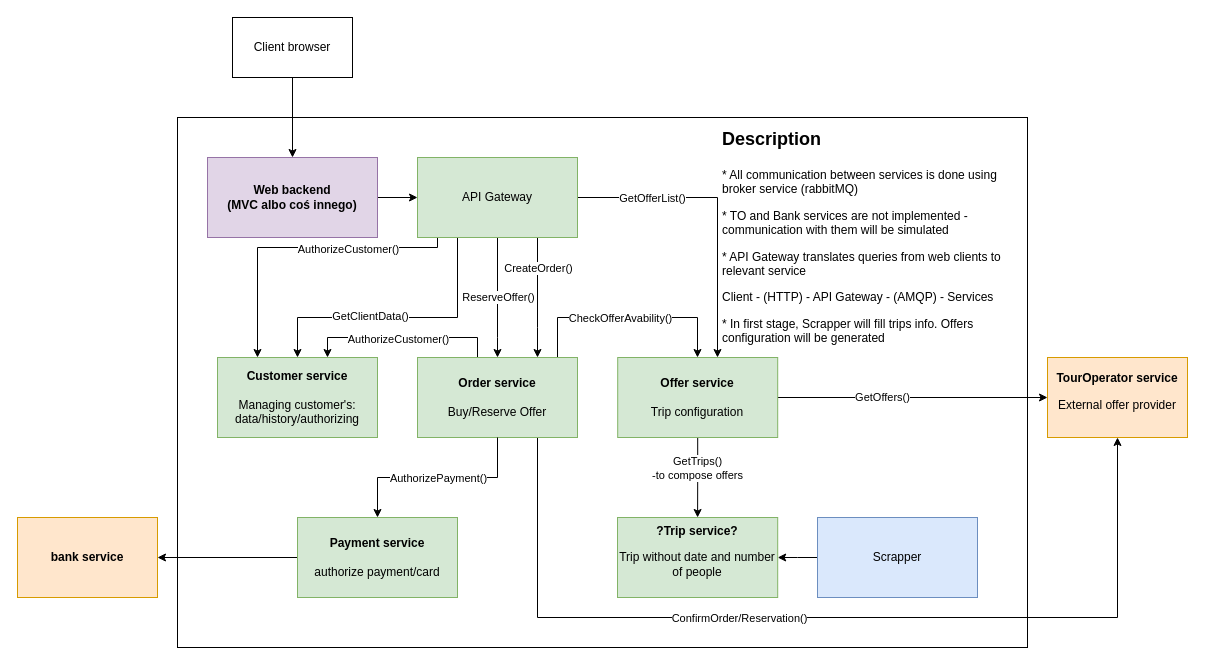
Earlier version of the draw.io diagram hipotap.drawio (webclinic017/hipotap). Source tidied: cells renumbered, new cells numbered last; positions are measured from the earlier drawing's top-left corner, leaving out a move shared by most shapes. Both pictures are drawn from the tidied source at 100%, with x=0, y=0 at pixel (17, 17).
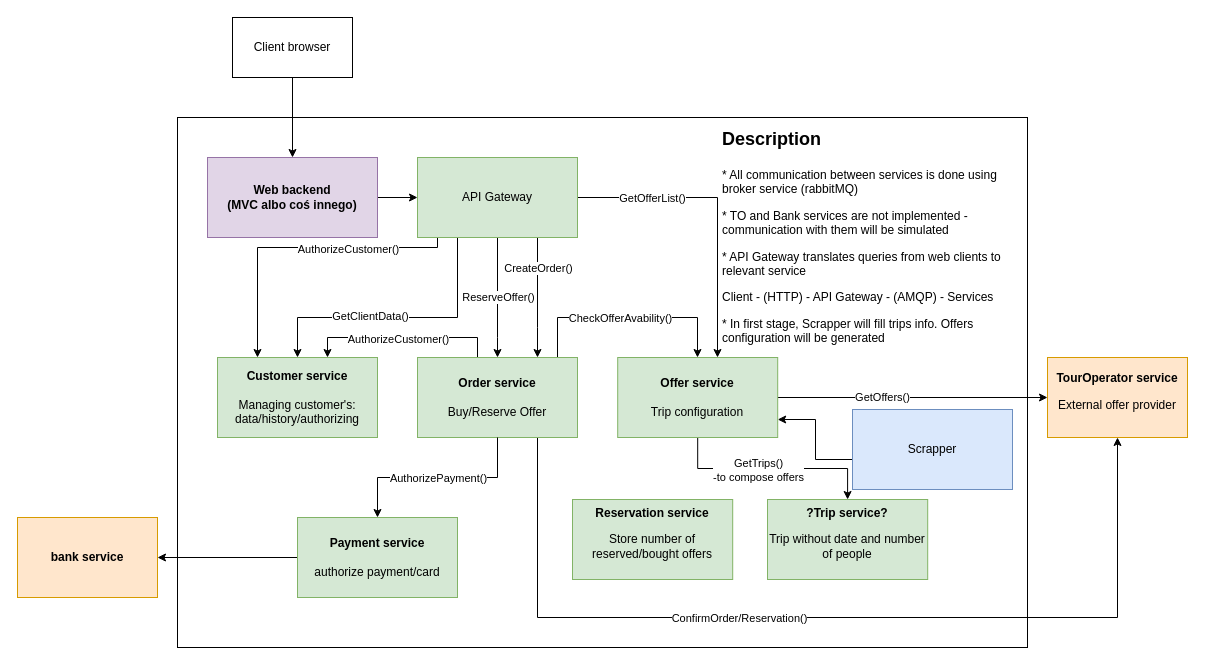
Above is the later version.

The change refers to these unchanged cells:
```xml
<mxCell id="37" style="edgeStyle=orthogonalEdgeStyle;rounded=0;jettySize=auto;html=1;" parent="1" edge="1" source="39" target="26">
  <mxGeometry relative="1" as="geometry" />
</mxCell>
<mxCell id="39" value="&lt;b&gt;Offer service&lt;/b&gt;&lt;br&gt;&lt;br&gt;Trip configuration" style="rounded=0;whiteSpace=wrap;html=1;fillColor=#d5e8d4;strokeColor=#82b366;" parent="1" vertex="1">
  <mxGeometry x="600.2" y="340" width="160" height="80" as="geometry" />
</mxCell>
```

Change to the diagram source:
```diff
@@
-    <mxCell id="17" style="edgeStyle=orthogonalEdgeStyle;rounded=0;jettySize=auto;html=1;" parent="1" edge="1" source="18" target="26">
-      <mxGeometry relative="1" as="geometry" />
+    <mxCell id="17" style="edgeStyle=orthogonalEdgeStyle;rounded=0;jettySize=auto;html=1;" parent="1" edge="1" source="18" target="39">
+      <mxGeometry relative="1" as="geometry">
+        <Array as="points">
+          <mxPoint x="798" y="442" />
+          <mxPoint x="798" y="402" />
+        </Array>
+      </mxGeometry>
     </mxCell>
     <mxCell id="18" value="Scrapper" style="rounded=0;whiteSpace=wrap;html=1;fillColor=#dae8fc;strokeColor=#6c8ebf;" parent="1" vertex="1">
-      <mxGeometry x="800" y="500" width="160" height="80" as="geometry" />
+      <mxGeometry x="835" y="392" width="160" height="80" as="geometry" />
     </mxCell>
@@
     <mxCell id="26" value="&lt;b&gt;?Trip service?&lt;/b&gt;&lt;br&gt;&lt;p&gt;Trip without date and number of people&lt;/p&gt;" style="rounded=0;whiteSpace=wrap;html=1;fillColor=#d5e8d4;strokeColor=#82b366;" parent="1" vertex="1">
-      <mxGeometry x="600" y="500" width="160.2" height="80" as="geometry" />
+      <mxGeometry x="750" y="482" width="160.2" height="80" as="geometry" />
     </mxCell>
@@
     <mxCell id="38" value="GetTrips()&lt;br&gt;-to compose offers" style="edgeLabel;html=1;align=center;verticalAlign=middle;" parent="37" vertex="1">
-      <mxGeometry x="-0.26" y="-1" relative="1" as="geometry" />
+      <mxGeometry x="-0.26" y="-1" relative="1" as="geometry">
+        <mxPoint x="13" as="offset" />
+      </mxGeometry>
     </mxCell>
@@
+    <mxCell id="41" value="&lt;b&gt;Reservation service&lt;/b&gt;&lt;br&gt;&lt;p&gt;Store number of reserved/bought offers&lt;/p&gt;" style="rounded=0;whiteSpace=wrap;html=1;fillColor=#d5e8d4;strokeColor=#82b366;" parent="1" vertex="1">
+      <mxGeometry x="555" y="482" width="160.2" height="80" as="geometry" />
+    </mxCell>
```
